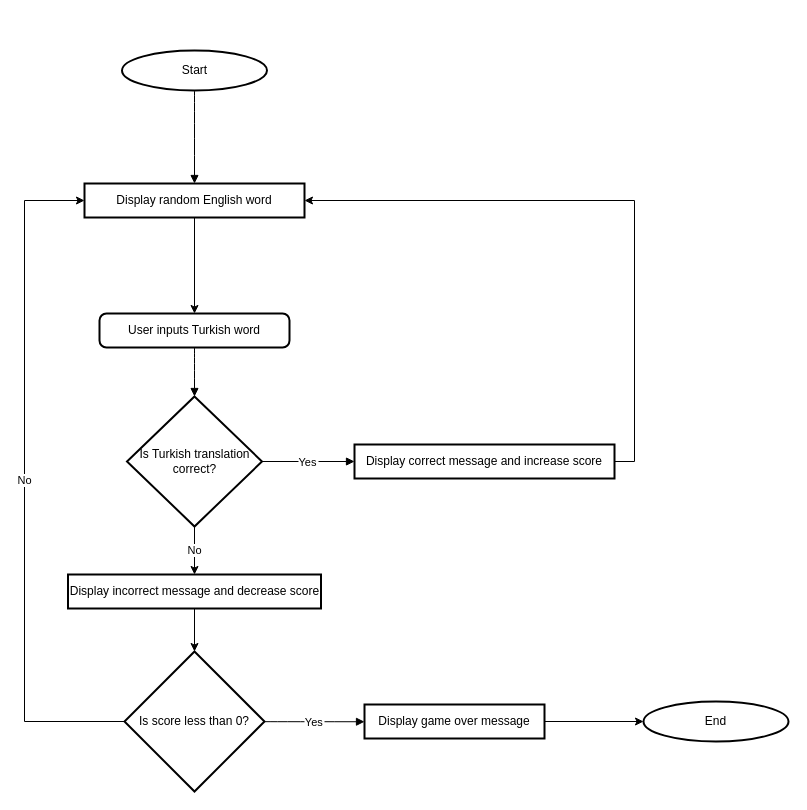
Before: flowchart01.drawio in ozgurturkiye/peace01, a draw.io diagram. Source tidied: cells renumbered, new cells numbered last; positions are measured from the earlier drawing's top-left corner, leaving out a move shared by most shapes. Both pictures are drawn from the tidied source at 100%, with x=0, y=0 at pixel (24, 50).
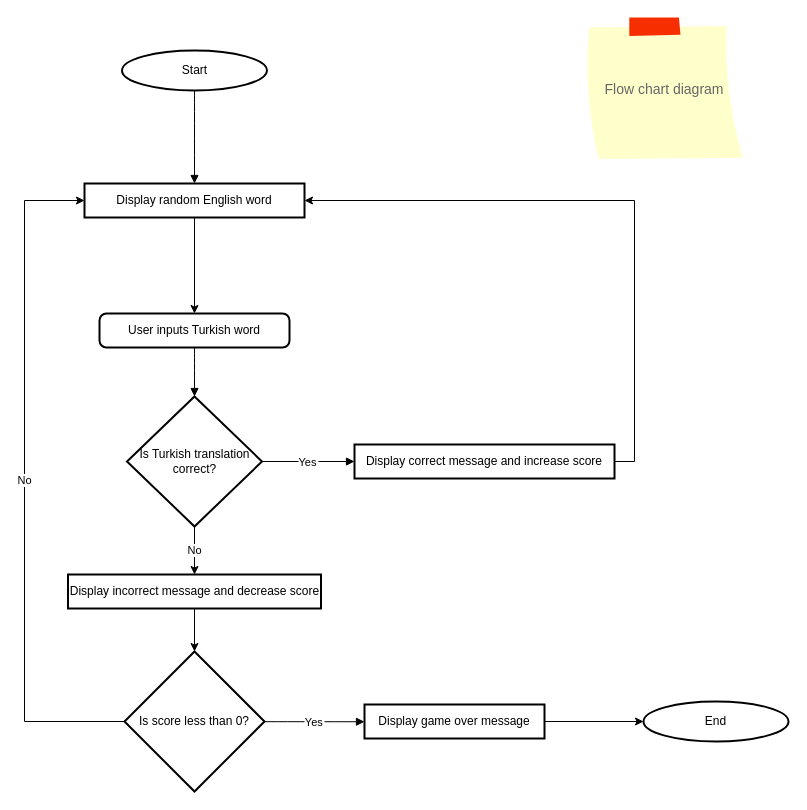
Above is the later version.

The edit, as a diff of the source:
```diff
@@
+    <mxCell id="21" value="Flow chart diagram" style="strokeWidth=1;shadow=0;dashed=0;align=center;html=1;shape=mxgraph.mockup.text.stickyNote2;fontColor=#666666;mainText=;fontSize=14;whiteSpace=wrap;fillColor=#ffffcc;strokeColor=#F62E00;" parent="1" vertex="1">
+      <mxGeometry x="560" y="-33" width="160" height="143" as="geometry" />
+    </mxCell>
```
